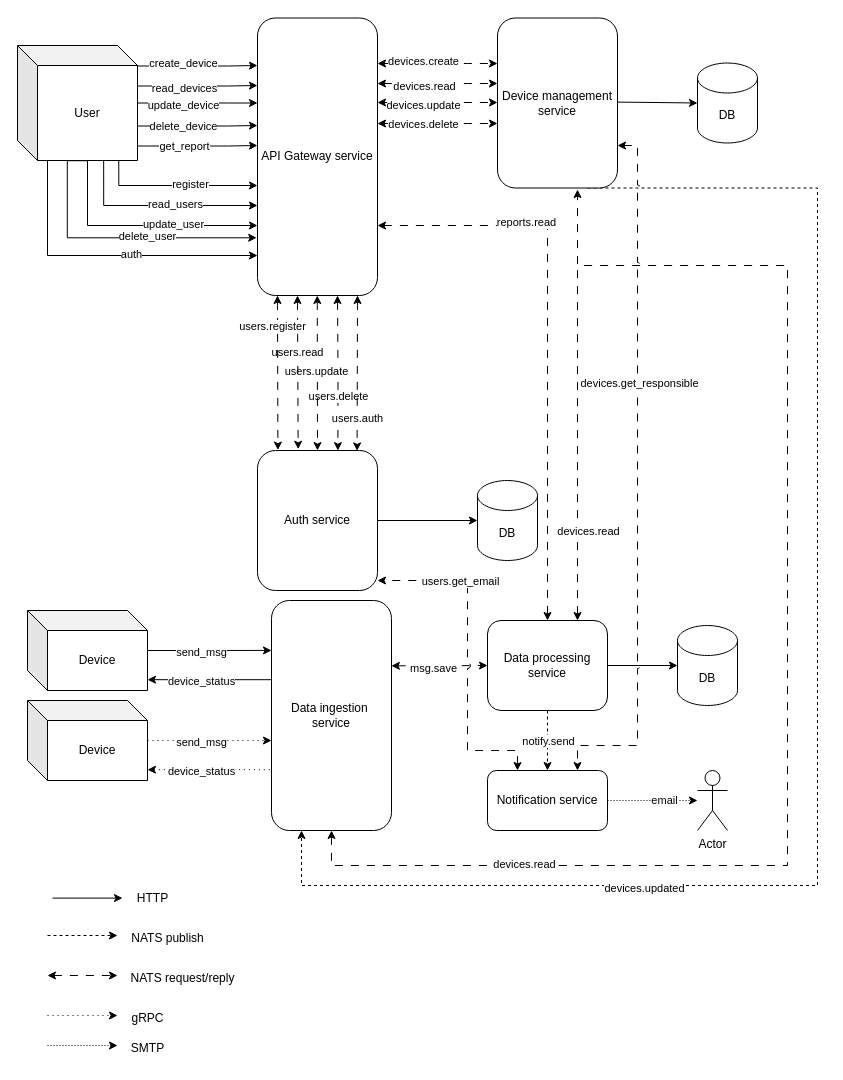
This is monitoring-system.drawio from kirill011/monitoring-system, a draw.io file, before an edit. Source tidied: cells renumbered, new cells numbered last; positions are measured from the earlier drawing's top-left corner, leaving out a move shared by most shapes. Both pictures are drawn from the tidied source at 100%, with x=0, y=0 at pixel (17, 17).
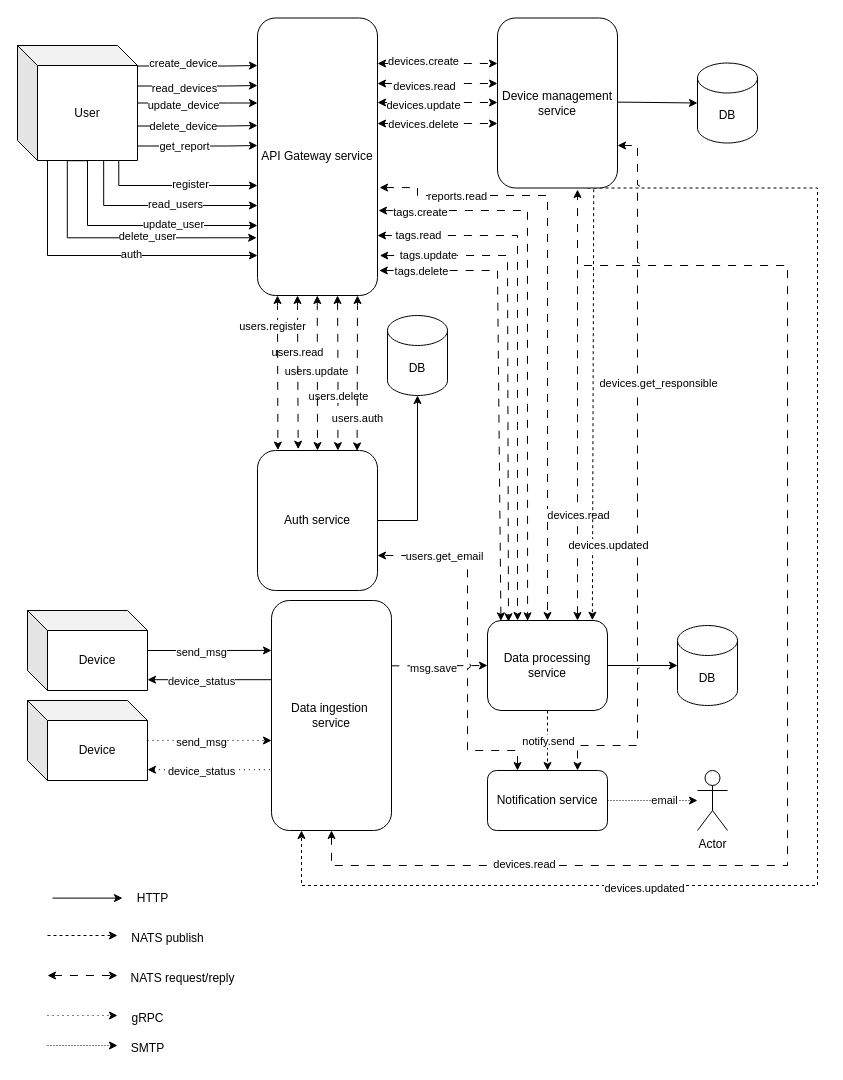
Above is the later version.

The change refers to these unchanged cells:
```xml
<mxCell id="6" value="API Gateway service" style="rounded=1;whiteSpace=wrap;html=1;" parent="1" vertex="1">
  <mxGeometry x="240" y="0.5" width="120" height="277.5" as="geometry" />
</mxCell>
<mxCell id="11" value="Data ingestion&amp;nbsp;&lt;br&gt;service" style="rounded=1;whiteSpace=wrap;html=1;" parent="1" vertex="1">
  <mxGeometry x="254" y="583" width="120" height="230" as="geometry" />
</mxCell>
<mxCell id="14" value="Data processing service" style="rounded=1;whiteSpace=wrap;html=1;" parent="1" vertex="1">
  <mxGeometry x="470" y="603" width="120" height="90" as="geometry" />
</mxCell>
<mxCell id="15" value="Auth service" style="rounded=1;whiteSpace=wrap;html=1;" parent="1" vertex="1">
  <mxGeometry x="240" y="433" width="120" height="140" as="geometry" />
</mxCell>
<mxCell id="20" value="Notification service" style="rounded=1;whiteSpace=wrap;html=1;" parent="1" vertex="1">
  <mxGeometry x="470" y="753" width="120" height="60" as="geometry" />
</mxCell>
<mxCell id="46" style="edgeStyle=orthogonalEdgeStyle;rounded=0;jettySize=auto;html=1;exitX=1;exitY=0.75;exitDx=0;exitDy=0;entryX=0.75;entryY=0;entryDx=0;entryDy=0;jumpStyle=arc;dashed=1;dashPattern=8 8;startArrow=classic;startFill=1;" parent="1" edge="1" source="48" target="20">
  <mxGeometry relative="1" as="geometry">
    <Array as="points">
      <mxPoint x="620" y="128" />
      <mxPoint x="620" y="728" />
      <mxPoint x="560" y="728" />
    </Array>
  </mxGeometry>
</mxCell>
<mxCell id="48" value="Device management service" style="rounded=1;whiteSpace=wrap;html=1;" parent="1" vertex="1">
  <mxGeometry x="480" y="0.5" width="120" height="170" as="geometry" />
</mxCell>
<mxCell id="84" style="edgeStyle=orthogonalEdgeStyle;rounded=0;jettySize=auto;html=1;exitX=0.75;exitY=0;exitDx=0;exitDy=0;dashed=1;dashPattern=8 8;startArrow=classic;startFill=1;endArrow=none;" parent="1" edge="1" source="14">
  <mxGeometry relative="1" as="geometry">
    <mxPoint x="560" y="248" as="targetPoint" />
  </mxGeometry>
</mxCell>
```

Diff of the diagram source:
```diff
@@
-    <mxCell id="2" style="edgeStyle=orthogonalEdgeStyle;rounded=0;jettySize=auto;html=1;entryX=0.5;entryY=0;entryDx=0;entryDy=0;dashed=1;dashPattern=8 8;startArrow=classic;startFill=1;" parent="1" edge="1" source="6" target="14">
+    <mxCell id="2" style="edgeStyle=orthogonalEdgeStyle;rounded=0;jettySize=auto;html=1;entryX=0.5;entryY=0;entryDx=0;entryDy=0;dashed=1;dashPattern=8 8;startArrow=classic;startFill=1;exitX=1.017;exitY=0.611;exitDx=0;exitDy=0;exitPerimeter=0;" parent="1" edge="1" source="6" target="14">
       <mxGeometry relative="1" as="geometry">
         <Array as="points">
-          <mxPoint x="300" y="208" />
-          <mxPoint x="530" y="208" />
+          <mxPoint x="400" y="170" />
+          <mxPoint x="400" y="178" />
+          <mxPoint x="530" y="178" />
         </Array>
       </mxGeometry>
     </mxCell>
     <mxCell id="3" value="reports.read" style="edgeLabel;html=1;align=center;verticalAlign=middle;" parent="2" vertex="1">
       <mxGeometry x="-0.48" y="4" relative="1" as="geometry">
-        <mxPoint x="1" as="offset" />
+        <mxPoint x="-71" y="4" as="offset" />
       </mxGeometry>
     </mxCell>
@@
-    <mxCell id="7" style="edgeStyle=orthogonalEdgeStyle;rounded=0;jettySize=auto;html=1;entryX=0;entryY=0.5;entryDx=0;entryDy=0;exitX=0.999;exitY=0.284;exitDx=0;exitDy=0;exitPerimeter=0;dashed=1;dashPattern=8 8;startArrow=classic;startFill=1;" parent="1" edge="1" source="11" target="14">
+    <mxCell id="7" style="edgeStyle=orthogonalEdgeStyle;rounded=0;jettySize=auto;html=1;entryX=0;entryY=0.5;entryDx=0;entryDy=0;exitX=0.999;exitY=0.284;exitDx=0;exitDy=0;exitPerimeter=0;dashed=1;dashPattern=8 8;startArrow=none;startFill=0;" parent="1" edge="1" source="11" target="14">
       <mxGeometry relative="1" as="geometry" />
     </mxCell>
@@
-    <mxCell id="18" style="edgeStyle=orthogonalEdgeStyle;rounded=0;jettySize=auto;html=1;exitX=0.25;exitY=0;exitDx=0;exitDy=0;jumpStyle=arc;dashed=1;dashPattern=8 8;startArrow=classic;startFill=1;" parent="1" edge="1" source="20">
+    <mxCell id="18" style="edgeStyle=orthogonalEdgeStyle;rounded=0;jettySize=auto;html=1;exitX=0.25;exitY=0;exitDx=0;exitDy=0;jumpStyle=arc;dashed=1;dashPattern=8 8;startArrow=classic;startFill=1;entryX=1;entryY=0.75;entryDx=0;entryDy=0;" parent="1" edge="1" source="20" target="15">
       <mxGeometry relative="1" as="geometry">
-        <mxPoint x="360" y="563" as="targetPoint" />
         <Array as="points">
           <mxPoint x="500" y="733" />
           <mxPoint x="450" y="733" />
-          <mxPoint x="450" y="563" />
-          <mxPoint x="360" y="563" />
+          <mxPoint x="450" y="538" />
         </Array>
       </mxGeometry>
     </mxCell>
     <mxCell id="19" value="users.get_email" style="edgeLabel;html=1;align=center;verticalAlign=middle;" parent="18" vertex="1">
-      <mxGeometry x="0.5" relative="1" as="geometry" />
+      <mxGeometry x="0.5" relative="1" as="geometry">
+        <mxPoint x="-23" as="offset" />
+      </mxGeometry>
     </mxCell>
@@
     <mxCell id="34" value="DB" style="shape=cylinder3;whiteSpace=wrap;html=1;boundedLbl=1;backgroundOutline=1;size=15;" parent="1" vertex="1">
-      <mxGeometry x="460" y="463" width="60" height="80" as="geometry" />
+      <mxGeometry x="370" y="298" width="60" height="80" as="geometry" />
     </mxCell>
-    <mxCell id="35" style="edgeStyle=orthogonalEdgeStyle;rounded=0;jettySize=auto;html=1;entryX=0;entryY=0.5;entryDx=0;entryDy=0;entryPerimeter=0;" parent="1" edge="1" source="15" target="34">
+    <mxCell id="35" style="edgeStyle=orthogonalEdgeStyle;rounded=0;jettySize=auto;html=1;entryX=0.5;entryY=1;entryDx=0;entryDy=0;entryPerimeter=0;" parent="1" edge="1" source="15" target="34">
       <mxGeometry relative="1" as="geometry" />
     </mxCell>
@@
     <mxCell id="47" value="devices.get_responsible" style="edgeLabel;html=1;align=center;verticalAlign=middle;" parent="46" vertex="1">
-      <mxGeometry x="-0.27" y="1" relative="1" as="geometry" />
+      <mxGeometry x="-0.27" y="1" relative="1" as="geometry">
+        <mxPoint x="19" as="offset" />
+      </mxGeometry>
     </mxCell>
@@
     <mxCell id="85" value="devices.read" style="edgeLabel;html=1;align=center;verticalAlign=middle;" parent="84" vertex="1">
       <mxGeometry x="0.05" y="1" relative="1" as="geometry">
-        <mxPoint x="11" y="97" as="offset" />
+        <mxPoint x="1" y="81" as="offset" />
       </mxGeometry>
     </mxCell>
@@
+    <mxCell id="94" style="endArrow=classic;html=1;rounded=0;exitX=1.008;exitY=0.694;exitDx=0;exitDy=0;exitPerimeter=0;dashed=1;dashPattern=8 8;startArrow=classic;startFill=1;entryX=0.334;entryY=0.004;entryDx=0;entryDy=0;entryPerimeter=0;" parent="1" edge="1" source="6" target="14">
+      <mxGeometry relative="1" as="geometry">
+        <Array as="points">
+          <mxPoint x="450" y="193" />
+          <mxPoint x="510" y="193" />
+          <mxPoint x="510" y="388" />
+        </Array>
+      </mxGeometry>
+    </mxCell>
+    <mxCell id="95" value="tags.create" style="edgeLabel;html=1;align=center;verticalAlign=middle;" parent="94" vertex="1">
+      <mxGeometry x="-0.85" y="-1" relative="1" as="geometry" />
+    </mxCell>
+    <mxCell id="96" style="endArrow=classic;html=1;rounded=0;entryX=0.25;entryY=0;entryDx=0;entryDy=0;exitX=1.008;exitY=0.694;exitDx=0;exitDy=0;exitPerimeter=0;dashed=1;dashPattern=8 8;startArrow=classic;startFill=1;" parent="1" edge="1" target="14">
+      <mxGeometry relative="1" as="geometry">
+        <mxPoint x="360" y="218" as="sourcePoint" />
+        <Array as="points">
+          <mxPoint x="449" y="218" />
+          <mxPoint x="500" y="218" />
+          <mxPoint x="500" y="408" />
+        </Array>
+      </mxGeometry>
+    </mxCell>
+    <mxCell id="97" value="tags.read" style="edgeLabel;html=1;align=center;verticalAlign=middle;" parent="96" vertex="1">
+      <mxGeometry x="-0.91" y="1" relative="1" as="geometry">
+        <mxPoint x="16" as="offset" />
+      </mxGeometry>
+    </mxCell>
+    <mxCell id="98" style="endArrow=classic;html=1;rounded=0;exitX=1.019;exitY=0.856;exitDx=0;exitDy=0;exitPerimeter=0;entryX=0.175;entryY=0.014;entryDx=0;entryDy=0;entryPerimeter=0;dashed=1;dashPattern=8 8;startArrow=classic;startFill=1;" parent="1" edge="1" source="6" target="14">
+      <mxGeometry relative="1" as="geometry">
+        <Array as="points">
+          <mxPoint x="490" y="238" />
+        </Array>
+      </mxGeometry>
+    </mxCell>
+    <mxCell id="99" value="tags.update" style="edgeLabel;html=1;align=center;verticalAlign=middle;" parent="98" vertex="1">
+      <mxGeometry x="-0.9" y="1" relative="1" as="geometry">
+        <mxPoint x="23" as="offset" />
+      </mxGeometry>
+    </mxCell>
+    <mxCell id="100" style="endArrow=classic;startArrow=classic;html=1;rounded=0;exitX=1.015;exitY=0.91;exitDx=0;exitDy=0;exitPerimeter=0;entryX=0.112;entryY=0.004;entryDx=0;entryDy=0;entryPerimeter=0;dashed=1;dashPattern=8 8;" parent="1" edge="1" source="6" target="14">
+      <mxGeometry relative="1" as="geometry">
+        <Array as="points">
+          <mxPoint x="480" y="253" />
+        </Array>
+      </mxGeometry>
+    </mxCell>
+    <mxCell id="101" value="tags.delete" style="edgeLabel;html=1;align=center;verticalAlign=middle;" parent="100" vertex="1">
+      <mxGeometry x="-0.82" relative="1" as="geometry" />
+    </mxCell>
+    <mxCell id="102" style="endArrow=classic;html=1;rounded=0;exitX=0.802;exitY=1.007;exitDx=0;exitDy=0;exitPerimeter=0;entryX=0.874;entryY=-0.003;entryDx=0;entryDy=0;entryPerimeter=0;dashed=1;" parent="1" edge="1" source="48" target="14">
+      <mxGeometry relative="1" as="geometry" />
+    </mxCell>
+    <mxCell id="103" value="devices.updated" style="edgeLabel;html=1;align=center;verticalAlign=middle;" parent="102" vertex="1">
+      <mxGeometry x="0.21" y="-1" relative="1" as="geometry">
+        <mxPoint x="16" y="95" as="offset" />
+      </mxGeometry>
+    </mxCell>
```
